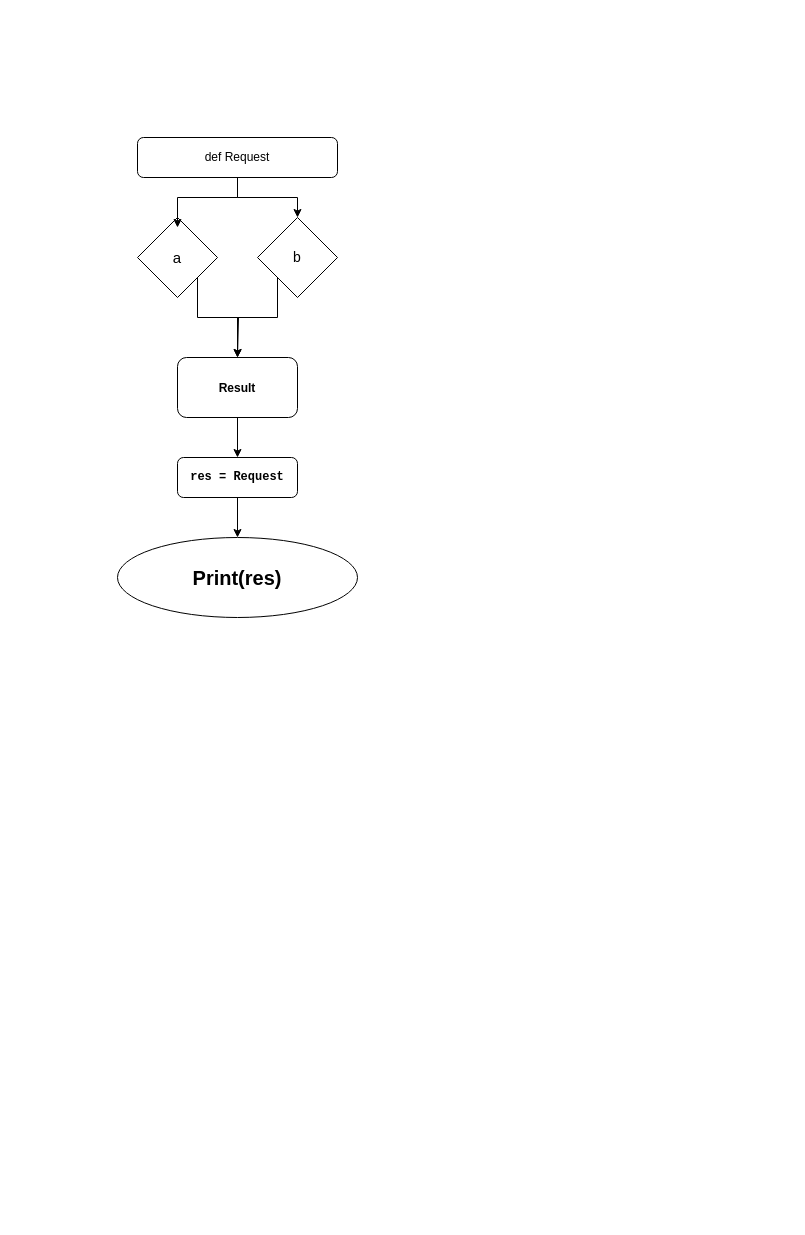
The draw.io diagram Диаграмма без названия.drawio in T4r7ar/portfolio, before the edit. Source tidied: cells renumbered, new cells numbered last; positions are measured from the earlier drawing's top-left corner, leaving out a move shared by most shapes. Both pictures are drawn from the tidied source at 100%, with x=0, y=0 at pixel (117, 137).
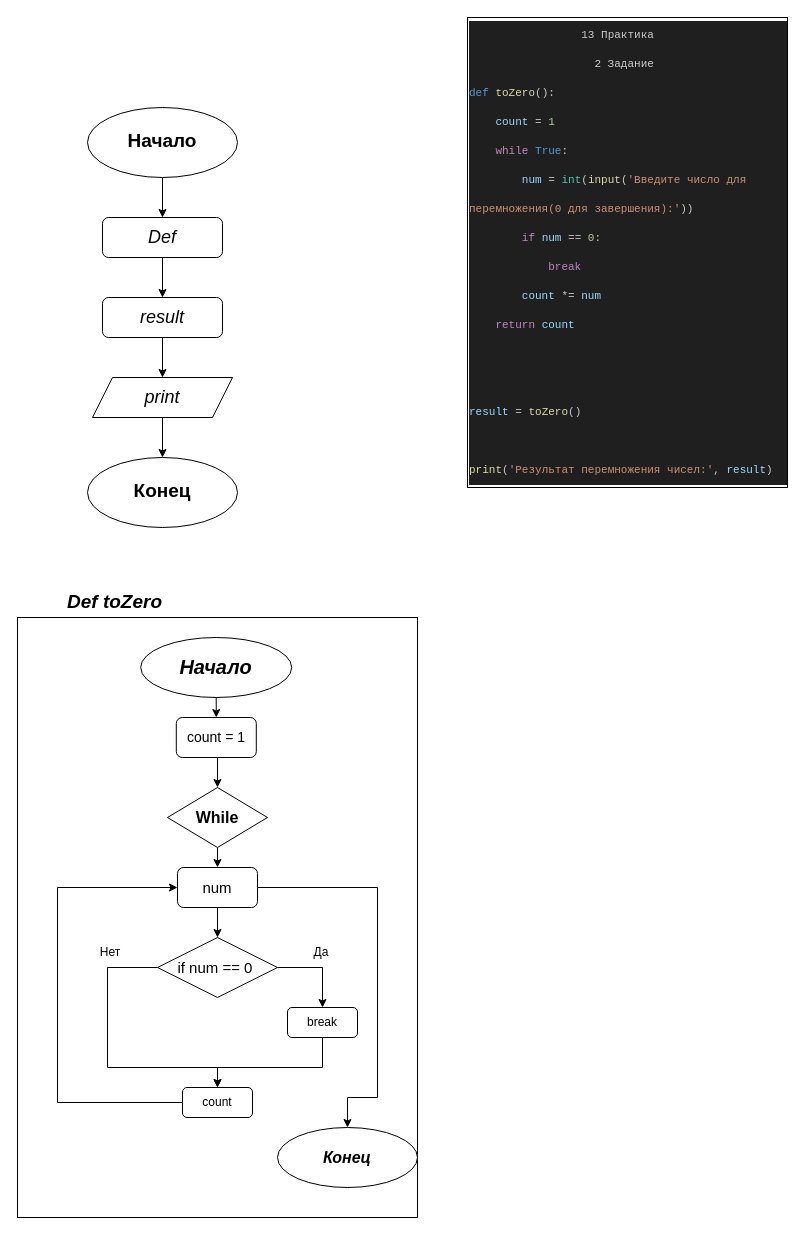
The same diagram, later.

Commit message:
Блок-схема 13 практики.drawio

The edit, as a diff of the source:
```diff
@@
-    <mxCell id="2" style="edgeStyle=orthogonalEdgeStyle;rounded=0;jettySize=auto;html=1;exitX=0.5;exitY=1;exitDx=0;exitDy=0;" parent="1" edge="1" source="3" target="7">
-      <mxGeometry relative="1" as="geometry" />
-    </mxCell>
-    <mxCell id="3" value="def Request" style="rounded=1;whiteSpace=wrap;html=1;" parent="1" vertex="1">
-      <mxGeometry x="20" width="200" height="40" as="geometry" />
-    </mxCell>
-    <mxCell id="4" style="edgeStyle=orthogonalEdgeStyle;rounded=0;jettySize=auto;html=1;exitX=1;exitY=1;exitDx=0;exitDy=0;" parent="1" edge="1" source="5">
-      <mxGeometry relative="1" as="geometry">
-        <mxPoint x="120" y="220" as="targetPoint" />
-        <Array as="points">
-          <mxPoint x="80" y="180" />
-          <mxPoint x="121" y="180" />
-        </Array>
-      </mxGeometry>
-    </mxCell>
-    <mxCell id="5" value="&lt;font style=&quot;font-size: 15px;&quot;&gt;a&lt;/font&gt;" style="rhombus;whiteSpace=wrap;html=1;" parent="1" vertex="1">
-      <mxGeometry x="20" y="80" width="80" height="80" as="geometry" />
-    </mxCell>
-    <mxCell id="6" style="edgeStyle=orthogonalEdgeStyle;rounded=0;jettySize=auto;html=1;exitX=0;exitY=1;exitDx=0;exitDy=0;" parent="1" edge="1" source="7" target="10">
-      <mxGeometry relative="1" as="geometry">
-        <Array as="points">
-          <mxPoint x="160" y="180" />
-          <mxPoint x="120" y="180" />
-        </Array>
-      </mxGeometry>
-    </mxCell>
-    <mxCell id="7" value="&lt;font style=&quot;font-size: 14px;&quot;&gt;b&lt;/font&gt;" style="rhombus;whiteSpace=wrap;html=1;" parent="1" vertex="1">
-      <mxGeometry x="140" y="80" width="80" height="80" as="geometry" />
-    </mxCell>
-    <mxCell id="8" style="edgeStyle=orthogonalEdgeStyle;rounded=0;jettySize=auto;html=1;exitX=0.5;exitY=1;exitDx=0;exitDy=0;entryX=0.5;entryY=0.125;entryDx=0;entryDy=0;entryPerimeter=0;" parent="1" edge="1" source="3" target="5">
-      <mxGeometry relative="1" as="geometry" />
-    </mxCell>
-    <mxCell id="9" style="edgeStyle=orthogonalEdgeStyle;rounded=0;jettySize=auto;html=1;exitX=0.5;exitY=1;exitDx=0;exitDy=0;" parent="1" edge="1" source="10" target="12">
-      <mxGeometry relative="1" as="geometry" />
-    </mxCell>
-    <mxCell id="10" value="&lt;p style=&quot;line-height: 150%;&quot;&gt;&lt;b&gt;Result&lt;/b&gt;&lt;/p&gt;" style="rounded=1;whiteSpace=wrap;html=1;" parent="1" vertex="1">
-      <mxGeometry x="60" y="220" width="120" height="60" as="geometry" />
-    </mxCell>
-    <mxCell id="11" style="edgeStyle=orthogonalEdgeStyle;rounded=0;jettySize=auto;html=1;exitX=0.5;exitY=1;exitDx=0;exitDy=0;" parent="1" edge="1" source="12" target="13">
-      <mxGeometry relative="1" as="geometry" />
-    </mxCell>
-    <mxCell id="12" value="&lt;div style=&quot;font-family: &amp;quot;Bahnschrift &amp;quot;, Consolas, &amp;quot;Courier New&amp;quot;, monospace; line-height: 29px;&quot;&gt;&lt;span style=&quot;background-color: rgb(255, 255, 255);&quot;&gt;&lt;font style=&quot;font-size: 12px;&quot;&gt;&lt;b style=&quot;&quot;&gt;res = Request&lt;/b&gt;&lt;/font&gt;&lt;/span&gt;&lt;/div&gt;" style="rounded=1;whiteSpace=wrap;html=1;" parent="1" vertex="1">
-      <mxGeometry x="60" y="320" width="120" height="40" as="geometry" />
-    </mxCell>
-    <mxCell id="13" value="&lt;font style=&quot;font-size: 20px;&quot;&gt;&lt;b&gt;Print(res)&lt;/b&gt;&lt;/font&gt;" style="ellipse;whiteSpace=wrap;html=1;" parent="1" vertex="1">
-      <mxGeometry y="400" width="240" height="80" as="geometry" />
-    </mxCell>
+    <mxCell id="14" value="&lt;div style=&quot;color: rgb(204, 204, 204); background-color: rgb(31, 31, 31); font-family: &amp;quot;Bahnschrift &amp;quot;, Consolas, &amp;quot;Courier New&amp;quot;, monospace; line-height: 29px; font-size: 11px;&quot;&gt;&lt;div style=&quot;line-height: 29px;&quot;&gt;&lt;div style=&quot;&quot;&gt;&lt;span style=&quot;white-space: pre;&quot;&gt;&#9;&lt;span style=&quot;white-space: pre;&quot;&gt;&#9;&lt;/span&gt; 1&lt;/span&gt;3 Практика&lt;span style=&quot;white-space: pre;&quot;&gt;&#9;&lt;/span&gt;&lt;span style=&quot;white-space: pre;&quot;&gt;&#9;&lt;/span&gt;&lt;br&gt;&lt;/div&gt;&lt;div&gt;&amp;nbsp; &amp;nbsp; &amp;nbsp; &amp;nbsp; &amp;nbsp; &amp;nbsp; &amp;nbsp; &amp;nbsp; &amp;nbsp; &amp;nbsp;2 Задание&lt;/div&gt;&lt;div&gt;&lt;span style=&quot;color: #569cd6;&quot;&gt;def&lt;/span&gt; &lt;span style=&quot;color: #dcdcaa;&quot;&gt;toZero&lt;/span&gt;():&lt;/div&gt;&lt;div&gt;&amp;nbsp; &amp;nbsp; &lt;span style=&quot;color: #9cdcfe;&quot;&gt;count&lt;/span&gt; &lt;span style=&quot;color: #d4d4d4;&quot;&gt;=&lt;/span&gt; &lt;span style=&quot;color: #b5cea8;&quot;&gt;1&lt;/span&gt;&lt;/div&gt;&lt;div&gt;&amp;nbsp; &amp;nbsp; &lt;span style=&quot;color: #c586c0;&quot;&gt;while&lt;/span&gt; &lt;span style=&quot;color: #569cd6;&quot;&gt;True&lt;/span&gt;:&lt;/div&gt;&lt;div&gt;&amp;nbsp; &amp;nbsp; &amp;nbsp; &amp;nbsp; &lt;span style=&quot;color: #9cdcfe;&quot;&gt;num&lt;/span&gt; &lt;span style=&quot;color: #d4d4d4;&quot;&gt;=&lt;/span&gt; &lt;span style=&quot;color: #4ec9b0;&quot;&gt;int&lt;/span&gt;(&lt;span style=&quot;color: #dcdcaa;&quot;&gt;input&lt;/span&gt;(&lt;span style=&quot;color: #ce9178;&quot;&gt;'Введите число для перемножения(0 для завершения):'&lt;/span&gt;))&lt;/div&gt;&lt;div&gt;&amp;nbsp; &amp;nbsp; &amp;nbsp; &amp;nbsp; &lt;span style=&quot;color: #c586c0;&quot;&gt;if&lt;/span&gt; &lt;span style=&quot;color: #9cdcfe;&quot;&gt;num&lt;/span&gt; &lt;span style=&quot;color: #d4d4d4;&quot;&gt;==&lt;/span&gt; &lt;span style=&quot;color: #b5cea8;&quot;&gt;0&lt;/span&gt;:&lt;/div&gt;&lt;div&gt;&amp;nbsp; &amp;nbsp; &amp;nbsp; &amp;nbsp; &amp;nbsp; &amp;nbsp; &lt;span style=&quot;color: #c586c0;&quot;&gt;break&lt;/span&gt;&lt;/div&gt;&lt;div&gt;&amp;nbsp; &amp;nbsp; &amp;nbsp; &amp;nbsp; &lt;span style=&quot;color: #9cdcfe;&quot;&gt;count&lt;/span&gt; &lt;span style=&quot;color: #d4d4d4;&quot;&gt;*=&lt;/span&gt; &lt;span style=&quot;color: #9cdcfe;&quot;&gt;num&lt;/span&gt;&lt;/div&gt;&lt;div&gt;&amp;nbsp; &amp;nbsp; &lt;span style=&quot;color: #c586c0;&quot;&gt;return&lt;/span&gt; &lt;span style=&quot;color: #9cdcfe;&quot;&gt;count&lt;/span&gt;&lt;/div&gt;&lt;br&gt;&lt;br&gt;&lt;div&gt;&lt;span style=&quot;color: #9cdcfe;&quot;&gt;result&lt;/span&gt; &lt;span style=&quot;color: #d4d4d4;&quot;&gt;=&lt;/span&gt; &lt;span style=&quot;color: #dcdcaa;&quot;&gt;toZero&lt;/span&gt;()&lt;/div&gt;&lt;br&gt;&lt;div&gt;&lt;span style=&quot;color: #dcdcaa;&quot;&gt;print&lt;/span&gt;(&lt;span style=&quot;color: #ce9178;&quot;&gt;'Результат перемножения чисел:'&lt;/span&gt;, &lt;span style=&quot;color: #9cdcfe;&quot;&gt;result&lt;/span&gt;)&lt;/div&gt;&lt;/div&gt;&lt;/div&gt;" style="rounded=0;whiteSpace=wrap;html=1;align=left;" parent="1" vertex="1">
+      <mxGeometry x="350" y="-120" width="320" height="470" as="geometry" />
+    </mxCell>
+    <mxCell id="15" style="edgeStyle=orthogonalEdgeStyle;rounded=0;jettySize=auto;html=1;exitX=0.5;exitY=1;exitDx=0;exitDy=0;" parent="1" edge="1" source="16" target="18">
+      <mxGeometry relative="1" as="geometry" />
+    </mxCell>
+    <mxCell id="16" value="&lt;font face=&quot;Comic Sans MS&quot; style=&quot;font-size: 19px;&quot;&gt;&lt;b&gt;Начало&lt;/b&gt;&lt;/font&gt;" style="ellipse;whiteSpace=wrap;html=1;" parent="1" vertex="1">
+      <mxGeometry x="-30" y="-30" width="150" height="70" as="geometry" />
+    </mxCell>
+    <mxCell id="17" style="edgeStyle=orthogonalEdgeStyle;rounded=0;jettySize=auto;html=1;exitX=0.5;exitY=1;exitDx=0;exitDy=0;" parent="1" edge="1" source="18" target="20">
+      <mxGeometry relative="1" as="geometry" />
+    </mxCell>
+    <mxCell id="18" value="&lt;font style=&quot;font-size: 18px;&quot;&gt;&lt;i&gt;Def&lt;/i&gt;&lt;/font&gt;" style="rounded=1;whiteSpace=wrap;html=1;" parent="1" vertex="1">
+      <mxGeometry x="-15" y="80" width="120" height="40" as="geometry" />
+    </mxCell>
+    <mxCell id="19" style="edgeStyle=orthogonalEdgeStyle;rounded=0;jettySize=auto;html=1;exitX=0.5;exitY=1;exitDx=0;exitDy=0;" parent="1" edge="1" source="20" target="22">
+      <mxGeometry relative="1" as="geometry" />
+    </mxCell>
+    <mxCell id="20" value="&lt;font style=&quot;font-size: 18px;&quot;&gt;&lt;i&gt;result&lt;/i&gt;&lt;/font&gt;" style="rounded=1;whiteSpace=wrap;html=1;" parent="1" vertex="1">
+      <mxGeometry x="-15" y="160" width="120" height="40" as="geometry" />
+    </mxCell>
+    <mxCell id="21" style="edgeStyle=orthogonalEdgeStyle;rounded=0;jettySize=auto;html=1;exitX=0.5;exitY=1;exitDx=0;exitDy=0;entryX=0.5;entryY=0;entryDx=0;entryDy=0;" parent="1" edge="1" source="22" target="23">
+      <mxGeometry relative="1" as="geometry" />
+    </mxCell>
+    <mxCell id="22" value="&lt;font style=&quot;font-size: 18px;&quot;&gt;&lt;i&gt;print&lt;/i&gt;&lt;/font&gt;" style="shape=parallelogram;perimeter=parallelogramPerimeter;whiteSpace=wrap;html=1;fixedSize=1;" parent="1" vertex="1">
+      <mxGeometry x="-25" y="240" width="140" height="40" as="geometry" />
+    </mxCell>
+    <mxCell id="23" value="&lt;font face=&quot;Comic Sans MS&quot; style=&quot;font-size: 19px;&quot;&gt;&lt;b&gt;Конец&lt;/b&gt;&lt;/font&gt;" style="ellipse;whiteSpace=wrap;html=1;" parent="1" vertex="1">
+      <mxGeometry x="-30" y="320" width="150" height="70" as="geometry" />
+    </mxCell>
+    <mxCell id="24" value="&lt;font style=&quot;font-size: 19px;&quot;&gt;&lt;b&gt;&lt;i&gt;Def toZero&lt;/i&gt;&lt;/b&gt;&lt;/font&gt;" style="text;html=1;strokeColor=none;fillColor=none;align=center;verticalAlign=middle;whiteSpace=wrap;rounded=0;" parent="1" vertex="1">
+      <mxGeometry x="-60" y="450" width="115" height="30" as="geometry" />
+    </mxCell>
+    <mxCell id="25" style="rounded=0;whiteSpace=wrap;html=1;fillColor=none;" parent="1" vertex="1">
+      <mxGeometry x="-100" y="480" width="400" height="600" as="geometry" />
+    </mxCell>
+    <mxCell id="26" style="edgeStyle=orthogonalEdgeStyle;rounded=0;orthogonalLoop=1;jettySize=auto;html=1;exitX=0.5;exitY=1;exitDx=0;exitDy=0;" parent="1" edge="1" source="24" target="24">
+      <mxGeometry relative="1" as="geometry" />
+    </mxCell>
+    <mxCell id="27" style="edgeStyle=orthogonalEdgeStyle;rounded=0;jettySize=auto;html=1;exitX=0.5;exitY=1;exitDx=0;exitDy=0;entryX=0.5;entryY=0;entryDx=0;entryDy=0;" parent="1" edge="1" source="28" target="30">
+      <mxGeometry relative="1" as="geometry" />
+    </mxCell>
+    <mxCell id="28" value="&lt;font face=&quot;Comic Sans MS&quot; style=&quot;font-size: 20px;&quot;&gt;&lt;i&gt;&lt;b&gt;Начало&lt;/b&gt;&lt;/i&gt;&lt;/font&gt;" style="ellipse;whiteSpace=wrap;html=1;" parent="1" vertex="1">
+      <mxGeometry x="23.2" y="500" width="151" height="60" as="geometry" />
+    </mxCell>
+    <mxCell id="29" style="edgeStyle=orthogonalEdgeStyle;rounded=0;jettySize=auto;html=1;exitX=0.5;exitY=1;exitDx=0;exitDy=0;entryX=0.5;entryY=0;entryDx=0;entryDy=0;" parent="1" edge="1" source="30" target="32">
+      <mxGeometry relative="1" as="geometry" />
+    </mxCell>
+    <mxCell id="30" value="&lt;font style=&quot;font-size: 14px;&quot;&gt;count = 1&lt;/font&gt;" style="rounded=1;whiteSpace=wrap;html=1;" parent="1" vertex="1">
+      <mxGeometry x="58.8" y="580" width="80" height="40" as="geometry" />
+    </mxCell>
+    <mxCell id="31" style="edgeStyle=orthogonalEdgeStyle;rounded=0;jettySize=auto;html=1;exitX=0.5;exitY=1;exitDx=0;exitDy=0;entryX=0.5;entryY=0;entryDx=0;entryDy=0;" parent="1" edge="1" source="32" target="35">
+      <mxGeometry relative="1" as="geometry" />
+    </mxCell>
+    <mxCell id="32" value="&lt;b&gt;&lt;font style=&quot;font-size: 16px;&quot;&gt;While&lt;/font&gt;&lt;/b&gt;" style="rhombus;whiteSpace=wrap;html=1;" parent="1" vertex="1">
+      <mxGeometry x="50" y="650" width="100" height="60" as="geometry" />
+    </mxCell>
+    <mxCell id="33" style="edgeStyle=orthogonalEdgeStyle;rounded=0;jettySize=auto;html=1;exitX=0.5;exitY=1;exitDx=0;exitDy=0;entryX=0.5;entryY=0;entryDx=0;entryDy=0;" parent="1" edge="1" source="35" target="38">
+      <mxGeometry relative="1" as="geometry" />
+    </mxCell>
+    <mxCell id="34" style="edgeStyle=orthogonalEdgeStyle;rounded=0;jettySize=auto;html=1;exitX=1;exitY=0.5;exitDx=0;exitDy=0;entryX=0.5;entryY=0;entryDx=0;entryDy=0;" parent="1" edge="1" source="35" target="45">
+      <mxGeometry relative="1" as="geometry">
+        <Array as="points">
+          <mxPoint x="260" y="750" />
+          <mxPoint x="260" y="960" />
+          <mxPoint x="230" y="960" />
+        </Array>
+      </mxGeometry>
+    </mxCell>
+    <mxCell id="35" value="&lt;font style=&quot;font-size: 15px;&quot;&gt;num&lt;/font&gt;" style="rounded=1;whiteSpace=wrap;html=1;" parent="1" vertex="1">
+      <mxGeometry x="60" y="730" width="80" height="40" as="geometry" />
+    </mxCell>
+    <mxCell id="36" style="edgeStyle=orthogonalEdgeStyle;rounded=0;jettySize=auto;html=1;exitX=1;exitY=0.5;exitDx=0;exitDy=0;entryX=0.5;entryY=0;entryDx=0;entryDy=0;" parent="1" edge="1" source="38" target="40">
+      <mxGeometry relative="1" as="geometry" />
+    </mxCell>
+    <mxCell id="37" style="edgeStyle=orthogonalEdgeStyle;rounded=0;jettySize=auto;html=1;exitX=0;exitY=0.5;exitDx=0;exitDy=0;" parent="1" edge="1" source="38">
+      <mxGeometry relative="1" as="geometry">
+        <mxPoint x="100" y="950" as="targetPoint" />
+        <Array as="points">
+          <mxPoint x="-10" y="830" />
+          <mxPoint x="-10" y="930" />
+          <mxPoint x="100" y="930" />
+        </Array>
+      </mxGeometry>
+    </mxCell>
+    <mxCell id="38" value="&lt;font style=&quot;font-size: 15px;&quot;&gt;if num == 0&amp;nbsp;&lt;/font&gt;" style="rhombus;whiteSpace=wrap;html=1;" parent="1" vertex="1">
+      <mxGeometry x="40" y="800" width="120" height="60" as="geometry" />
+    </mxCell>
+    <mxCell id="39" style="edgeStyle=orthogonalEdgeStyle;rounded=0;jettySize=auto;html=1;exitX=0.5;exitY=1;exitDx=0;exitDy=0;entryX=0.5;entryY=0;entryDx=0;entryDy=0;" parent="1" edge="1" source="40" target="42">
+      <mxGeometry relative="1" as="geometry">
+        <Array as="points">
+          <mxPoint x="205" y="930" />
+          <mxPoint x="100" y="930" />
+        </Array>
+      </mxGeometry>
+    </mxCell>
+    <mxCell id="40" value="break" style="rounded=1;whiteSpace=wrap;html=1;" parent="1" vertex="1">
+      <mxGeometry x="170" y="870" width="70" height="30" as="geometry" />
+    </mxCell>
+    <mxCell id="41" style="edgeStyle=orthogonalEdgeStyle;rounded=0;jettySize=auto;html=1;exitX=0;exitY=0.5;exitDx=0;exitDy=0;entryX=0;entryY=0.5;entryDx=0;entryDy=0;" parent="1" edge="1" source="42" target="35">
+      <mxGeometry relative="1" as="geometry">
+        <Array as="points">
+          <mxPoint x="-60" y="965" />
+          <mxPoint x="-60" y="750" />
+        </Array>
+      </mxGeometry>
+    </mxCell>
+    <mxCell id="42" value="count" style="rounded=1;whiteSpace=wrap;html=1;" parent="1" vertex="1">
+      <mxGeometry x="65" y="950" width="70" height="30" as="geometry" />
+    </mxCell>
+    <mxCell id="43" value="Да" style="text;html=1;strokeColor=none;fillColor=none;align=center;verticalAlign=middle;whiteSpace=wrap;rounded=0;" parent="1" vertex="1">
+      <mxGeometry x="174.2" y="800" width="60" height="30" as="geometry" />
+    </mxCell>
+    <mxCell id="44" value="Нет" style="text;html=1;strokeColor=none;fillColor=none;align=center;verticalAlign=middle;whiteSpace=wrap;rounded=0;" parent="1" vertex="1">
+      <mxGeometry x="-36.8" y="800" width="60" height="30" as="geometry" />
+    </mxCell>
+    <mxCell id="45" value="&lt;font style=&quot;font-size: 16px;&quot;&gt;&lt;b&gt;&lt;i&gt;Конец&lt;/i&gt;&lt;/b&gt;&lt;/font&gt;" style="ellipse;whiteSpace=wrap;html=1;" parent="1" vertex="1">
+      <mxGeometry x="160" y="990" width="140" height="60" as="geometry" />
+    </mxCell>
```
